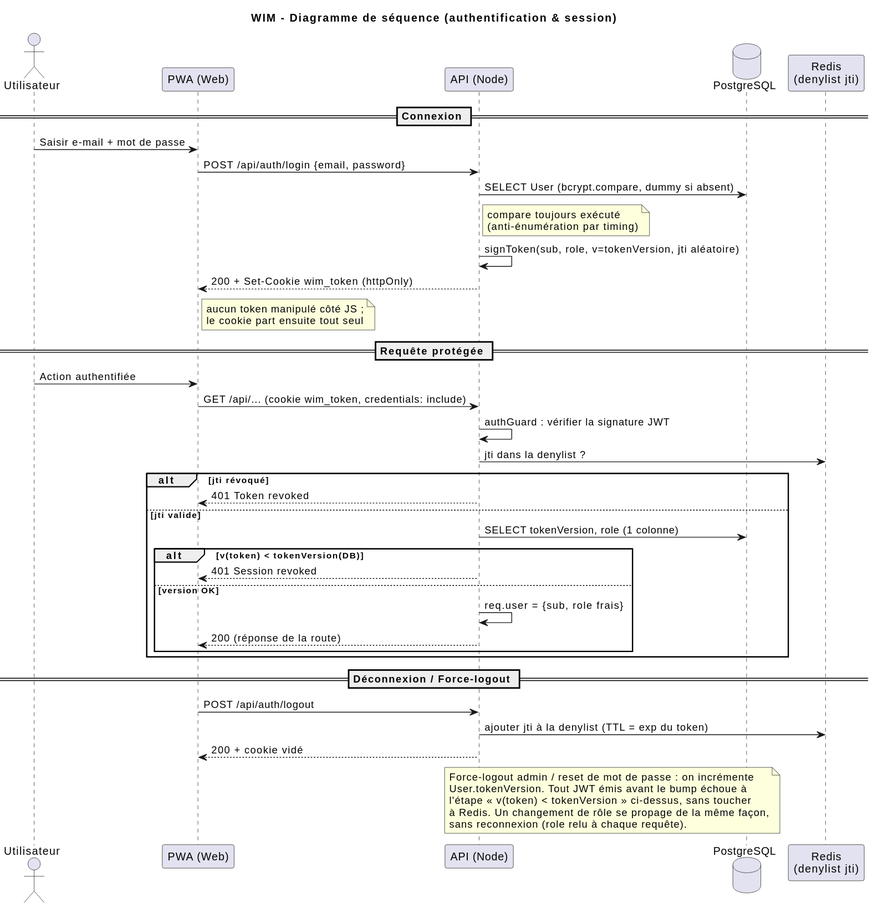
This is docs/uml/09-sequence-auth.svg from SGCSBorges/WIM, a PlantUML export, as it was before one commit. Its source is kept beside it as docs/uml/09-sequence-auth.puml.
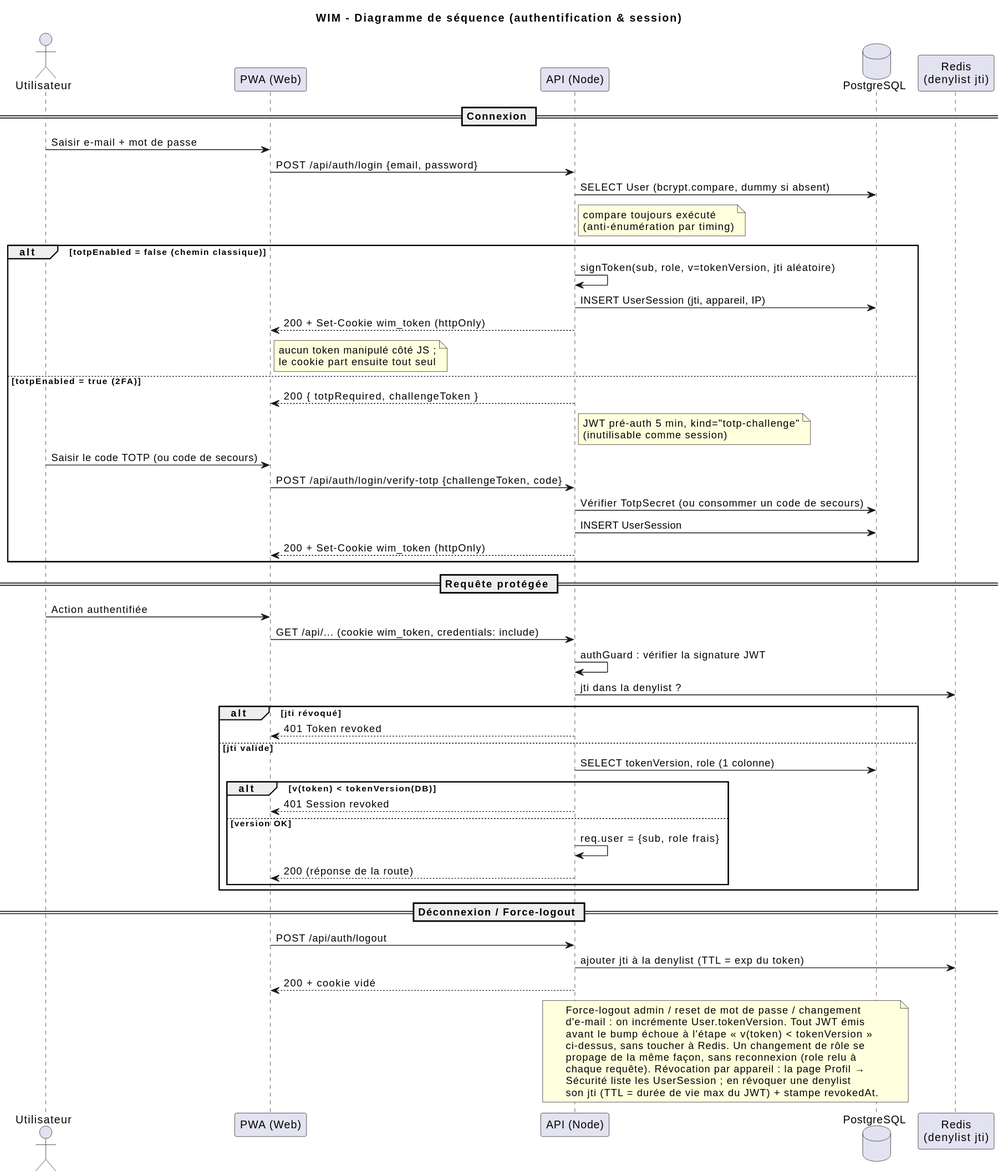
Later version of the same file.

What changed in the source:
```diff
@@ -12,9 +12,20 @@
 Web -> API : POST /api/auth/login {email, password}
 API -> DB : SELECT User (bcrypt.compare, dummy si absent)
 note right of API : compare toujours exécuté\n(anti-énumération par timing)
-API -> API : signToken(sub, role, v=tokenVersion, jti aléatoire)
-API --> Web : 200 + Set-Cookie wim_token (httpOnly)
-note right of Web : aucun token manipulé côté JS ;\nle cookie part ensuite tout seul
+alt totpEnabled = false (chemin classique)
+  API -> API : signToken(sub, role, v=tokenVersion, jti aléatoire)
+  API -> DB : INSERT UserSession (jti, appareil, IP)
+  API --> Web : 200 + Set-Cookie wim_token (httpOnly)
+  note right of Web : aucun token manipulé côté JS ;\nle cookie part ensuite tout seul
+else totpEnabled = true (2FA)
+  API --> Web : 200 { totpRequired, challengeToken }
+  note right of API : JWT pré-auth 5 min, kind="totp-challenge"\n(inutilisable comme session)
+  User -> Web : Saisir le code TOTP (ou code de secours)
+  Web -> API : POST /api/auth/login/verify-totp {challengeToken, code}
+  API -> DB : Vérifier TotpSecret (ou consommer un code de secours)
+  API -> DB : INSERT UserSession
+  API --> Web : 200 + Set-Cookie wim_token (httpOnly)
+end
 
 == Requête protégée ==
 User -> Web : Action authentifiée
@@ -39,10 +50,13 @@
 API --> Web : 200 + cookie vidé
 
 note over API, DB
-Force-logout admin / reset de mot de passe : on incrémente
-User.tokenVersion. Tout JWT émis avant le bump échoue à
-l'étape « v(token) < tokenVersion » ci-dessus, sans toucher
-à Redis. Un changement de rôle se propage de la même façon,
-sans reconnexion (role relu à chaque requête).
+Force-logout admin / reset de mot de passe / changement
+d'e-mail : on incrémente User.tokenVersion. Tout JWT émis
+avant le bump échoue à l'étape « v(token) < tokenVersion »
+ci-dessus, sans toucher à Redis. Un changement de rôle se
+propage de la même façon, sans reconnexion (role relu à
+chaque requête). Révocation par appareil : la page Profil →
+Sécurité liste les UserSession ; en révoquer une denylist
+son jti (TTL = durée de vie max du JWT) + stampe revokedAt.
 end note
 @enduml
```
